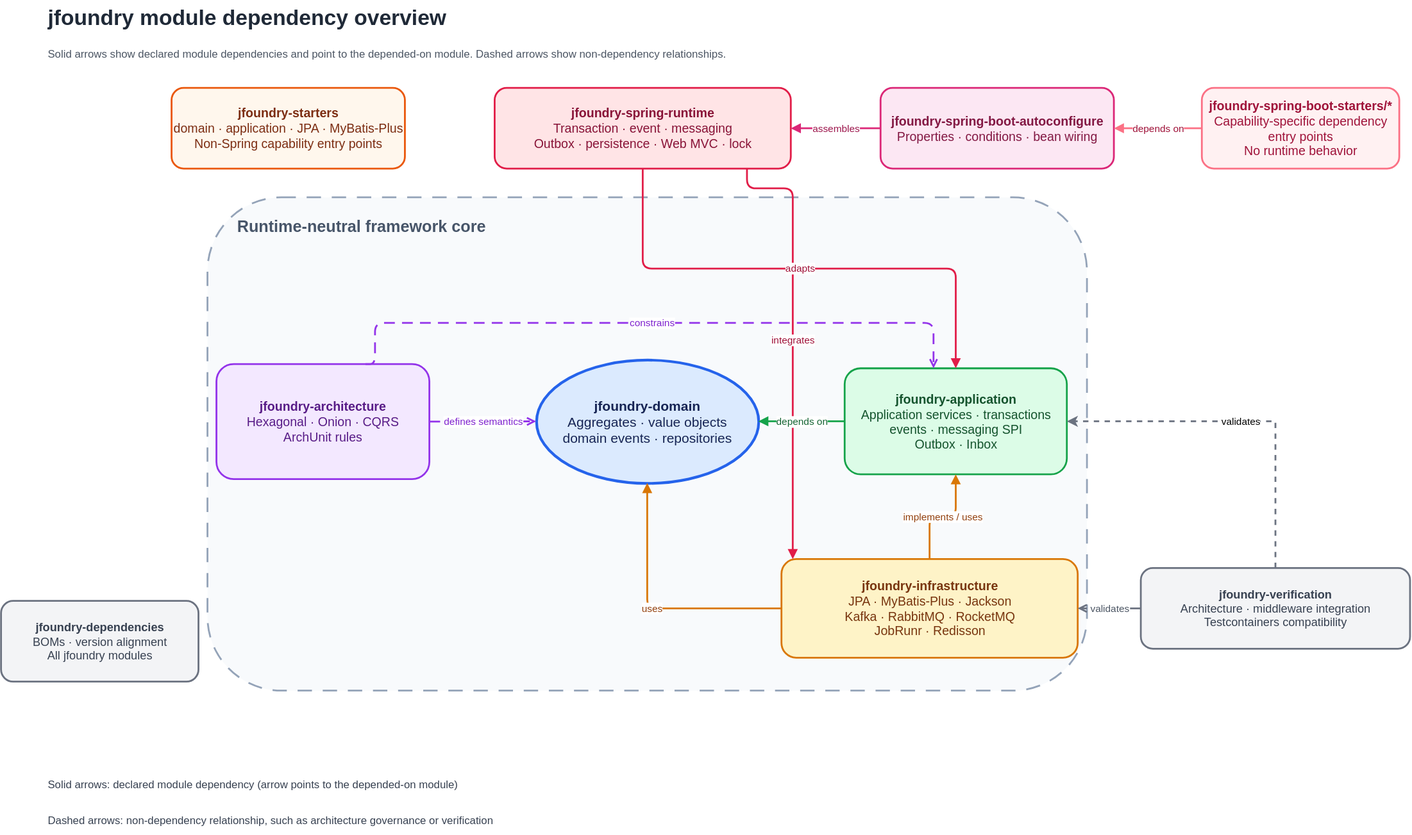
Earlier version of the draw.io export docs/i18n/assets/jfoundry-module-architecture.svg (xfoundries/jfoundry). Source tidied: cells renumbered, new cells last; positions are measured from the earlier drawing's top-left corner, leaving out a move shared by most shapes.
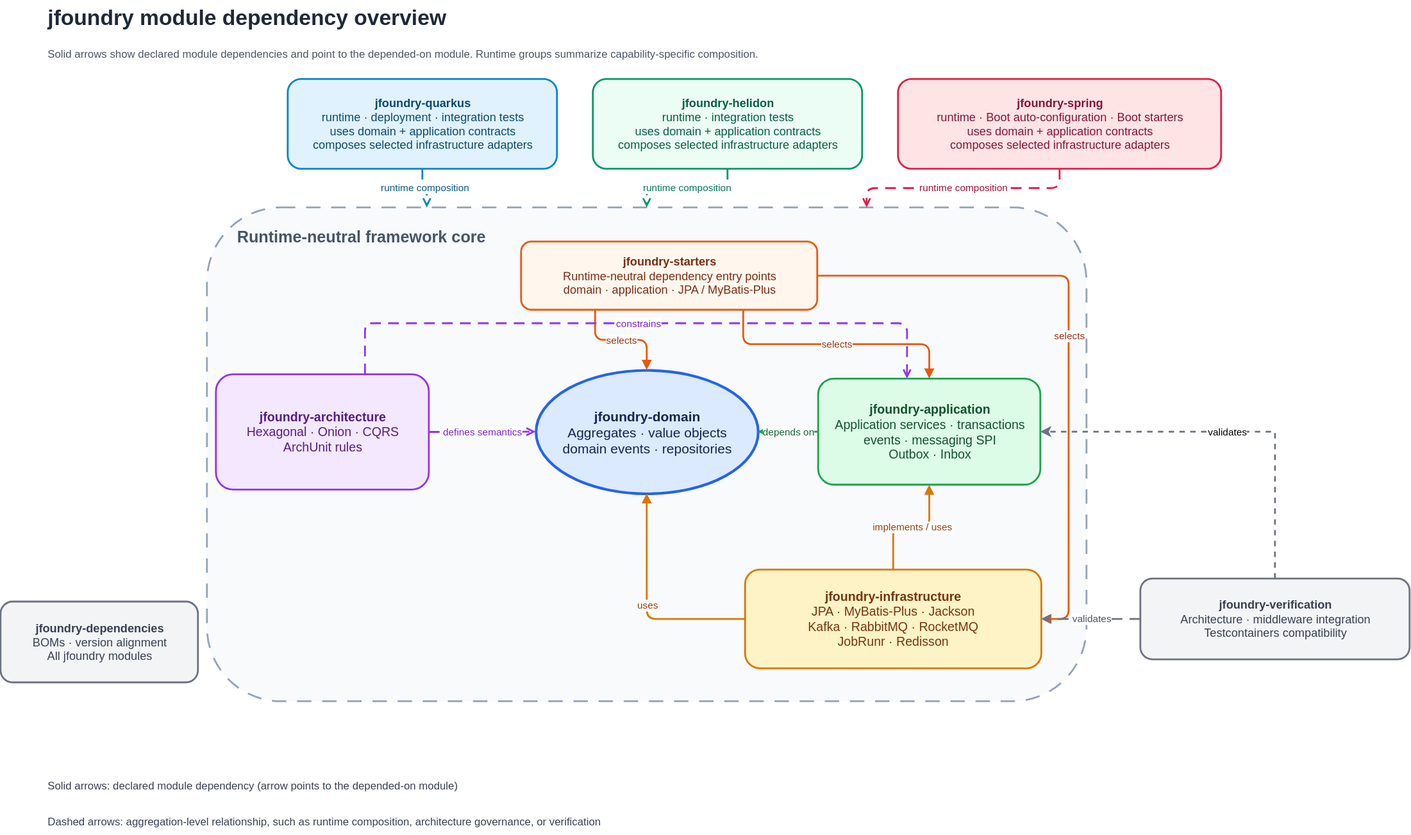
The same diagram one commit later.

Commit message:
docs(readme): align runtime integration paths

Diff of the diagram source:
```diff
@@ -5,45 +5,50 @@
     <mxCell id="2" value="jfoundry module dependency overview" style="text;html=1;align=left;verticalAlign=middle;fontSize=24;fontStyle=1;fontColor=#1F2937;" parent="1" vertex="1">
       <mxGeometry x="50" width="620" height="40" as="geometry" />
     </mxCell>
-    <mxCell id="3" value="Solid arrows show declared module dependencies and point to the depended-on module. Dashed arrows show non-dependency relationships." style="text;html=1;align=left;verticalAlign=middle;fontSize=12;fontColor=#4B5563;" parent="1" vertex="1">
-      <mxGeometry x="50" y="45" width="1100" height="30" as="geometry" />
+    <mxCell id="3" value="Solid arrows show declared module dependencies and point to the depended-on module. Runtime groups summarize capability-specific composition." style="text;html=1;align=left;verticalAlign=middle;fontSize=12;fontColor=#4B5563;" parent="1" vertex="1">
+      <mxGeometry x="50" y="45" width="1180" height="30" as="geometry" />
     </mxCell>
-    <mxCell id="4" value="&lt;b&gt;jfoundry-starters&lt;/b&gt;&lt;br&gt;domain · application · JPA · MyBatis-Plus&lt;br&gt;Non-Spring capability entry points" style="rounded=1;whiteSpace=wrap;html=1;fillColor=#FFF7ED;strokeColor=#EA580C;strokeWidth=2;fontColor=#7C2D12;fontSize=14;align=center;verticalAlign=middle;" parent="1" vertex="1">
-      <mxGeometry x="190" y="98" width="260" height="90" as="geometry" />
-    </mxCell>
     <mxCell id="5" value="&lt;font style=&quot;font-size: 18px;&quot;&gt;Runtime-neutral framework core&lt;/font&gt;" style="rounded=1;whiteSpace=wrap;html=1;dashed=1;dashPattern=8 6;strokeWidth=2;fillColor=#F8FAFC;strokeColor=#94A3B8;fontColor=#475569;fontSize=14;fontStyle=1;align=left;verticalAlign=top;spacingTop=16;spacingLeft=31;spacingRight=0;" parent="1" vertex="1">
-      <mxGeometry x="230" y="220" width="980" height="550" as="geometry" />
+      <mxGeometry x="230" y="231" width="980" height="550" as="geometry" />
     </mxCell>
     <mxCell id="6" value="&lt;b&gt;jfoundry-domain&lt;/b&gt;&lt;br&gt;Aggregates · value objects&lt;br&gt;domain events · repositories" style="ellipse;whiteSpace=wrap;html=1;fillColor=#DBEAFE;strokeColor=#2563EB;strokeWidth=3;fontColor=#172554;fontSize=15;align=center;verticalAlign=middle;" parent="5" vertex="1">
       <mxGeometry x="366.2" y="181" width="247.6" height="137.5" as="geometry" />
     </mxCell>
     <mxCell id="7" value="&lt;b&gt;jfoundry-application&lt;/b&gt;&lt;br&gt;Application services · transactions&lt;br&gt;events · messaging SPI&lt;br&gt;Outbox · Inbox" style="rounded=1;whiteSpace=wrap;html=1;fillColor=#DCFCE7;strokeColor=#16A34A;strokeWidth=2;fontColor=#14532D;fontSize=14;align=center;verticalAlign=middle;" parent="5" vertex="1">
-      <mxGeometry x="710" y="190.7" width="247.6" height="118.2" as="geometry" />
+      <mxGeometry x="681" y="190.7" width="247.6" height="118.2" as="geometry" />
     </mxCell>
     <mxCell id="8" value="&lt;b&gt;jfoundry-architecture&lt;/b&gt;&lt;br&gt;Hexagonal · Onion · CQRS&lt;br&gt;ArchUnit rules" style="rounded=1;whiteSpace=wrap;html=1;fillColor=#F3E8FF;strokeColor=#9333EA;strokeWidth=2;fontColor=#581C87;fontSize=14;align=center;verticalAlign=middle;" parent="5" vertex="1">
       <mxGeometry x="10" y="185.9" width="237.3" height="128.3" as="geometry" />
     </mxCell>
     <mxCell id="9" value="&lt;b&gt;jfoundry-infrastructure&lt;/b&gt;&lt;br&gt;JPA · MyBatis-Plus · Jackson&lt;br&gt;Kafka · RabbitMQ · RocketMQ&lt;br&gt;JobRunr · Redisson" style="rounded=1;whiteSpace=wrap;html=1;fillColor=#FEF3C7;strokeColor=#D97706;strokeWidth=2;fontColor=#78350F;fontSize=14;align=center;verticalAlign=middle;" parent="5" vertex="1">
-      <mxGeometry x="639.6" y="403.3" width="330.1" height="110" as="geometry" />
+      <mxGeometry x="599.6" y="403.3" width="330.1" height="110" as="geometry" />
     </mxCell>
-    <mxCell id="10" value="integrates" style="edgeStyle=orthogonalEdgeStyle;rounded=1;jettySize=auto;html=1;strokeWidth=2;strokeColor=#E11D48;fontColor=#9F1239;labelBackgroundColor=#FFFFFF;exitX=0.852;exitY=0.967;exitDx=0;exitDy=0;entryX=0.01;entryY=0;entryDx=0;entryDy=0;endArrow=block;endFill=1;exitPerimeter=0;" parent="5" edge="1" source="11">
-      <mxGeometry relative="1" as="geometry">
-        <mxPoint x="652.2" y="403.3" as="targetPoint" />
-        <Array as="points">
-          <mxPoint x="601.3" y="-10" />
-          <mxPoint x="652.2" y="-10" />
-        </Array>
-      </mxGeometry>
-    </mxCell>
+    <mxCell id="4" value="&lt;b&gt;jfoundry-starters&lt;/b&gt;&lt;br&gt;Runtime-neutral dependency entry points&lt;br&gt;domain · application · JPA / MyBatis-Plus" style="rounded=1;whiteSpace=wrap;html=1;fillColor=#FFF7ED;strokeColor=#EA580C;strokeWidth=2;fontColor=#7C2D12;fontSize=13;align=center;verticalAlign=middle;" parent="5" vertex="1">
+      <mxGeometry x="350" y="38" width="330" height="76" as="geometry" />
+    </mxCell>
+    <mxCell id="29" value="selects" style="edgeStyle=orthogonalEdgeStyle;rounded=1;jettySize=auto;html=1;strokeWidth=2;strokeColor=#EA580C;fontColor=#9A3412;labelBackgroundColor=#FFFFFF;exitX=0.25;exitY=1;exitDx=0;exitDy=0;entryX=0.5;entryY=0;entryDx=0;entryDy=0;endArrow=block;endFill=1;" parent="5" edge="1" source="4" target="6">
+      <mxGeometry relative="1" as="geometry" />
+    </mxCell>
+    <mxCell id="30" value="selects" style="edgeStyle=orthogonalEdgeStyle;rounded=1;jettySize=auto;html=1;strokeWidth=2;strokeColor=#EA580C;fontColor=#9A3412;labelBackgroundColor=#FFFFFF;exitX=0.75;exitY=1;exitDx=0;exitDy=0;entryX=0.5;entryY=0;entryDx=0;entryDy=0;endArrow=block;endFill=1;" parent="5" edge="1" source="4" target="7">
+      <mxGeometry relative="1" as="geometry" />
+    </mxCell>
+    <mxCell id="31" value="selects" style="edgeStyle=orthogonalEdgeStyle;rounded=1;jettySize=auto;html=1;strokeWidth=2;strokeColor=#EA580C;fontColor=#9A3412;labelBackgroundColor=#FFFFFF;exitX=1;exitY=0.5;exitDx=0;exitDy=0;entryX=1;entryY=0.5;entryDx=0;entryDy=0;endArrow=block;endFill=1;" parent="5" edge="1" source="4" target="9">
+      <mxGeometry relative="1" as="geometry">
+        <Array as="points">
+          <mxPoint x="960.1" y="76.1" />
+          <mxPoint x="960.1" y="458.3" />
+        </Array>
+      </mxGeometry>
+    </mxCell>
+    <mxCell id="32" value="&lt;b&gt;jfoundry-quarkus&lt;/b&gt;&lt;br&gt;runtime · deployment · integration tests&lt;br&gt;uses domain + application contracts&lt;br&gt;composes selected infrastructure adapters" style="rounded=1;whiteSpace=wrap;html=1;fillColor=#E0F2FE;strokeColor=#0284C7;strokeWidth=2;fontColor=#0C4A6E;fontSize=13;align=center;verticalAlign=middle;" parent="1" vertex="1">
+      <mxGeometry x="320" y="88" width="300" height="100" as="geometry" />
+    </mxCell>
-    <mxCell id="11" value="&lt;b&gt;jfoundry-spring-runtime&lt;/b&gt;&lt;br&gt;Transaction · event · messaging&lt;br&gt;Outbox · persistence · Web MVC · lock" style="rounded=1;whiteSpace=wrap;html=1;fillColor=#FFE4E6;strokeColor=#E11D48;strokeWidth=2;fontColor=#881337;fontSize=14;align=center;verticalAlign=middle;" parent="1" vertex="1">
-      <mxGeometry x="550" y="98" width="330" height="90" as="geometry" />
+    <mxCell id="11" value="&lt;b&gt;jfoundry-spring&lt;/b&gt;&lt;br&gt;runtime · Boot auto-configuration · Boot starters&lt;br&gt;uses domain + application contracts&lt;br&gt;composes selected infrastructure adapters" style="rounded=1;whiteSpace=wrap;html=1;fillColor=#FFE4E6;strokeColor=#E11D48;strokeWidth=2;fontColor=#881337;fontSize=13;align=center;verticalAlign=middle;" parent="1" vertex="1">
+      <mxGeometry x="1000" y="88" width="360" height="100" as="geometry" />
     </mxCell>
-    <mxCell id="12" value="&lt;b&gt;jfoundry-spring-boot-autoconfigure&lt;/b&gt;&lt;br&gt;Properties · conditions · bean wiring" style="rounded=1;whiteSpace=wrap;html=1;fillColor=#FCE7F3;strokeColor=#DB2777;strokeWidth=2;fontColor=#831843;fontSize=14;align=center;verticalAlign=middle;" parent="1" vertex="1">
-      <mxGeometry x="980" y="98" width="260" height="90" as="geometry" />
-    </mxCell>
-    <mxCell id="13" value="&lt;b&gt;jfoundry-spring-boot-starters/*&lt;/b&gt;&lt;br&gt;Capability-specific dependency entry points&lt;br&gt;No runtime behavior" style="rounded=1;whiteSpace=wrap;html=1;fillColor=#FFF1F2;strokeColor=#FB7185;strokeWidth=2;fontColor=#9F1239;fontSize=14;align=center;verticalAlign=middle;" parent="1" vertex="1">
-      <mxGeometry x="1338" y="98" width="220" height="90" as="geometry" />
-    </mxCell>
+    <mxCell id="33" value="&lt;b&gt;jfoundry-helidon&lt;/b&gt;&lt;br&gt;runtime · integration tests&lt;br&gt;uses domain + application contracts&lt;br&gt;composes selected infrastructure adapters" style="rounded=1;whiteSpace=wrap;html=1;fillColor=#ECFDF5;strokeColor=#059669;strokeWidth=2;fontColor=#065F46;fontSize=13;align=center;verticalAlign=middle;" parent="1" vertex="1">
+      <mxGeometry x="660" y="88" width="300" height="100" as="geometry" />
+    </mxCell>
     <mxCell id="14" value="&lt;b&gt;jfoundry-dependencies&lt;/b&gt;&lt;br&gt;BOMs · version alignment&lt;br&gt;All jfoundry modules" style="rounded=1;whiteSpace=wrap;html=1;fillColor=#F3F4F6;strokeColor=#6B7280;strokeWidth=2;fontColor=#374151;fontSize=13;align=center;verticalAlign=middle;" parent="1" vertex="1">
       <mxGeometry y="670" width="220" height="90" as="geometry" />
     </mxCell>
@@ -54,7 +59,7 @@
       <mxGeometry x="0.03" relative="1" as="geometry" />
     </mxCell>
     <mxCell id="17" value="&lt;b&gt;jfoundry-verification&lt;/b&gt;&lt;br&gt;Architecture · middleware integration&lt;br&gt;Testcontainers compatibility" style="rounded=1;whiteSpace=wrap;html=1;fillColor=#F3F4F6;strokeColor=#6B7280;strokeWidth=2;fontColor=#374151;fontSize=13;align=center;verticalAlign=middle;" parent="1" vertex="1">
-      <mxGeometry x="1270" y="633.3" width="300" height="90" as="geometry" />
+      <mxGeometry x="1270" y="644.3" width="300" height="90" as="geometry" />
     </mxCell>
     <mxCell id="18" value="depends on" style="edgeStyle=orthogonalEdgeStyle;rounded=1;jettySize=auto;html=1;strokeWidth=2;strokeColor=#16A34A;fontColor=#166534;labelBackgroundColor=#FFFFFF;exitX=0;exitY=0.5;exitDx=0;exitDy=0;entryX=1;entryY=0.5;entryDx=0;entryDy=0;endArrow=block;endFill=1;" parent="1" edge="1" source="7" target="6">
       <mxGeometry relative="1" as="geometry" />
@@ -65,15 +70,15 @@
     <mxCell id="20" value="uses" style="edgeStyle=orthogonalEdgeStyle;rounded=1;jettySize=auto;html=1;strokeWidth=2;strokeColor=#D97706;fontColor=#92400E;labelBackgroundColor=#FFFFFF;exitX=0;exitY=0.5;exitDx=0;exitDy=0;entryX=0.5;entryY=1;entryDx=0;entryDy=0;endArrow=block;endFill=1;" parent="1" edge="1" source="9" target="6">
       <mxGeometry relative="1" as="geometry" />
     </mxCell>
-    <mxCell id="21" value="adapts" style="edgeStyle=orthogonalEdgeStyle;rounded=1;jettySize=auto;html=1;strokeWidth=2;strokeColor=#E11D48;fontColor=#9F1239;labelBackgroundColor=#FFFFFF;exitX=0.5;exitY=1;exitDx=0;exitDy=0;entryX=0.5;entryY=0;entryDx=0;entryDy=0;endArrow=block;endFill=1;" parent="1" edge="1" source="11" target="7">
-      <mxGeometry relative="1" as="geometry" />
-    </mxCell>
-    <mxCell id="22" value="assembles" style="edgeStyle=orthogonalEdgeStyle;rounded=1;jettySize=auto;html=1;strokeWidth=2;strokeColor=#DB2777;fontColor=#9D174D;labelBackgroundColor=#FFFFFF;exitX=0;exitY=0.5;exitDx=0;exitDy=0;entryX=1;entryY=0.5;entryDx=0;entryDy=0;endArrow=block;endFill=1;" parent="1" edge="1" source="12" target="11">
-      <mxGeometry relative="1" as="geometry" />
-    </mxCell>
-    <mxCell id="23" value="depends on" style="edgeStyle=orthogonalEdgeStyle;rounded=1;jettySize=auto;html=1;strokeWidth=2;strokeColor=#FB7185;fontColor=#9F1239;labelBackgroundColor=#FFFFFF;exitX=0;exitY=0.5;exitDx=0;exitDy=0;entryX=1;entryY=0.5;entryDx=0;entryDy=0;endArrow=block;endFill=1;" parent="1" edge="1" source="13" target="12">
-      <mxGeometry relative="1" as="geometry" />
-    </mxCell>
+    <mxCell id="34" value="runtime composition" style="edgeStyle=orthogonalEdgeStyle;rounded=1;jettySize=auto;html=1;dashed=1;dashPattern=6 4;strokeWidth=2;strokeColor=#0284C7;fontColor=#075985;labelBackgroundColor=#FFFFFF;exitX=0.5;exitY=1;exitDx=0;exitDy=0;entryX=0.25;entryY=0;entryDx=0;entryDy=0;endArrow=open;endFill=0;" parent="1" edge="1" source="32" target="5">
+      <mxGeometry relative="1" as="geometry" />
+    </mxCell>
+    <mxCell id="35" value="runtime composition" style="edgeStyle=orthogonalEdgeStyle;rounded=1;jettySize=auto;html=1;dashed=1;dashPattern=6 4;strokeWidth=2;strokeColor=#059669;fontColor=#047857;labelBackgroundColor=#FFFFFF;exitX=0.5;exitY=1;exitDx=0;exitDy=0;entryX=0.5;entryY=0;entryDx=0;entryDy=0;endArrow=open;endFill=0;" parent="1" edge="1" source="33" target="5">
+      <mxGeometry relative="1" as="geometry" />
+    </mxCell>
+    <mxCell id="36" value="runtime composition" style="edgeStyle=orthogonalEdgeStyle;rounded=1;jettySize=auto;html=1;dashed=1;dashPattern=6 4;strokeWidth=2;strokeColor=#E11D48;fontColor=#9F1239;labelBackgroundColor=#FFFFFF;exitX=0.5;exitY=1;exitDx=0;exitDy=0;entryX=0.75;entryY=0;entryDx=0;entryDy=0;endArrow=open;endFill=0;" parent="1" edge="1" source="11" target="5">
+      <mxGeometry relative="1" as="geometry" />
+    </mxCell>
     <mxCell id="24" value="defines semantics" style="edgeStyle=orthogonalEdgeStyle;rounded=1;jettySize=auto;html=1;dashed=1;dashPattern=6 4;strokeWidth=2;strokeColor=#9333EA;fontColor=#7E22CE;labelBackgroundColor=#FFFFFF;exitX=1;exitY=0.5;exitDx=0;exitDy=0;entryX=0;entryY=0.5;entryDx=0;entryDy=0;endArrow=open;endFill=0;" parent="1" edge="1" source="8" target="6">
       <mxGeometry relative="1" as="geometry" />
     </mxCell>
@@ -91,8 +96,8 @@
     <mxCell id="27" value="Solid arrows: declared module dependency (arrow points to the depended-on module)" style="text;html=1;align=left;verticalAlign=middle;fontSize=12;fontColor=#374151;" parent="1" vertex="1">
       <mxGeometry x="50" y="860" width="600" height="30" as="geometry" />
     </mxCell>
-    <mxCell id="28" value="Dashed arrows: non-dependency relationship, such as architecture governance or verification" style="text;html=1;align=left;verticalAlign=middle;fontSize=12;fontColor=#374151;" parent="1" vertex="1">
-      <mxGeometry x="50" y="900" width="650" height="30" as="geometry" />
+    <mxCell id="28" value="Dashed arrows: aggregation-level relationship, such as runtime composition, architecture governance, or verification" style="text;html=1;align=left;verticalAlign=middle;fontSize=12;fontColor=#374151;" parent="1" vertex="1">
+      <mxGeometry x="50" y="900" width="850" height="30" as="geometry" />
     </mxCell>
   </root>
 </mxGraphModel>
```
